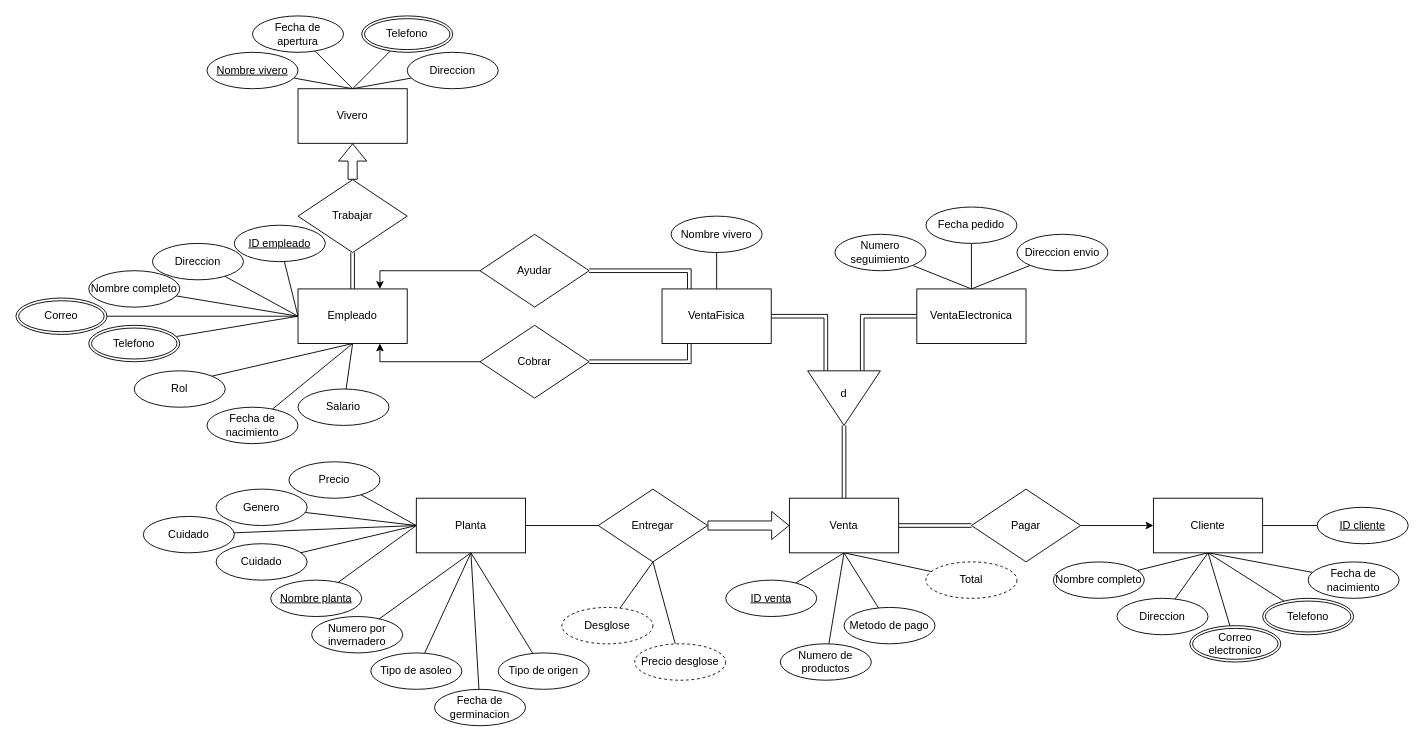
frgaray/FBD-2023-1 keeps this draw.io diagram as Practica03/Diagramas/segunda-propuesta.drawio. Above is the earlier version. Source tidied: cells renumbered, new cells numbered last; positions are measured from the earlier drawing's top-left corner, leaving out a move shared by most shapes. Both pictures are drawn from the tidied source at 91%, with x=0, y=0 at pixel (15, 15).
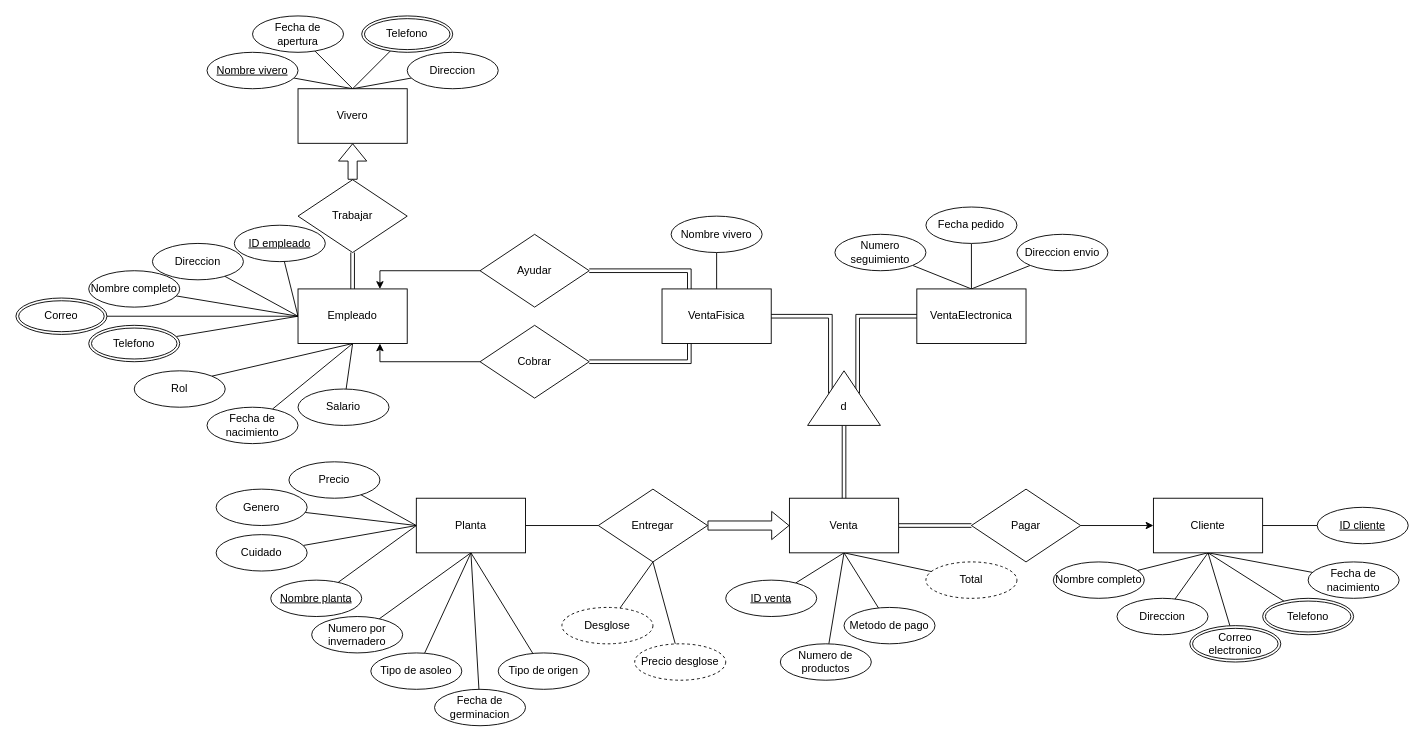
Above is the later version.

Commit message (it also covers changes not shown here):
Adding Restricciones del Modelo and segunda-propuesta subtle changes

The change refers to these unchanged cells:
```xml
<mxCell id="26" value="Venta" style="rounded=0;whiteSpace=wrap;html=1;" parent="1" vertex="1">
  <mxGeometry x="850" y="530" width="120" height="60" as="geometry" />
</mxCell>
<mxCell id="28" value="VentaFisica" style="rounded=0;whiteSpace=wrap;html=1;" parent="1" vertex="1">
  <mxGeometry x="710" y="300" width="120" height="60" as="geometry" />
</mxCell>
<mxCell id="32" value="VentaElectronica" style="rounded=0;whiteSpace=wrap;html=1;" parent="1" vertex="1">
  <mxGeometry x="990" y="300" width="120" height="60" as="geometry" />
</mxCell>
<mxCell id="50" value="Planta" style="rounded=0;whiteSpace=wrap;html=1;" parent="1" vertex="1">
  <mxGeometry x="440" y="530" width="120" height="60" as="geometry" />
</mxCell>
```

The edit, as a diff of the source:
```diff
@@
-    <mxCell id="43" style="edgeStyle=none;rounded=0;jettySize=auto;html=1;exitX=0;exitY=0.5;exitDx=0;exitDy=0;endArrow=none;endFill=0;" parent="1" edge="1" source="50" target="80">
-      <mxGeometry relative="1" as="geometry" />
-    </mxCell>
@@
-    <mxCell id="57" style="edgeStyle=orthogonalEdgeStyle;shape=link;rounded=0;jettySize=auto;html=1;exitX=0;exitY=0.25;exitDx=0;exitDy=0;entryX=0;entryY=0.5;entryDx=0;entryDy=0;startArrow=classic;startFill=1;endArrow=none;endFill=0;" parent="1" edge="1" source="60" target="32">
+    <mxCell id="57" style="edgeStyle=orthogonalEdgeStyle;shape=link;rounded=0;jettySize=auto;html=1;exitX=0.75;exitY=0;exitDx=0;exitDy=0;entryX=0;entryY=0.5;entryDx=0;entryDy=0;startArrow=classic;startFill=1;endArrow=none;endFill=0;" parent="1" edge="1" source="65" target="32">
       <mxGeometry relative="1" as="geometry" />
     </mxCell>
-    <mxCell id="58" style="edgeStyle=orthogonalEdgeStyle;shape=link;rounded=0;jettySize=auto;html=1;exitX=0;exitY=0.75;exitDx=0;exitDy=0;entryX=1;entryY=0.5;entryDx=0;entryDy=0;startArrow=classic;startFill=1;endArrow=none;endFill=0;" parent="1" edge="1" source="60" target="28">
+    <mxCell id="58" style="edgeStyle=orthogonalEdgeStyle;shape=link;rounded=0;jettySize=auto;html=1;exitX=0.25;exitY=0;exitDx=0;exitDy=0;entryX=1;entryY=0.5;entryDx=0;entryDy=0;startArrow=classic;startFill=1;endArrow=none;endFill=0;" parent="1" edge="1" source="65" target="28">
       <mxGeometry relative="1" as="geometry" />
     </mxCell>
-    <mxCell id="59" style="edgeStyle=orthogonalEdgeStyle;shape=link;rounded=0;jettySize=auto;html=1;exitX=1;exitY=0.5;exitDx=0;exitDy=0;entryX=0.5;entryY=0;entryDx=0;entryDy=0;startArrow=classic;startFill=1;endArrow=none;endFill=0;" parent="1" edge="1" source="60" target="26">
+    <mxCell id="59" style="edgeStyle=orthogonalEdgeStyle;shape=link;rounded=0;jettySize=auto;html=1;exitX=0;exitY=0.5;exitDx=0;exitDy=0;entryX=0.5;entryY=0;entryDx=0;entryDy=0;startArrow=classic;startFill=1;endArrow=none;endFill=0;" parent="1" edge="1" source="60" target="26">
       <mxGeometry relative="1" as="geometry" />
     </mxCell>
-    <mxCell id="60" style="triangle;whiteSpace=wrap;html=1;rotation=90;direction=east;" parent="1" vertex="1">
+    <mxCell id="60" style="triangle;whiteSpace=wrap;html=1;rotation=-90;direction=east;" parent="1" vertex="1">
       <mxGeometry x="880" y="380" width="60" height="80" as="geometry" />
     </mxCell>
@@
-    <mxCell id="65" value="d" style="text;html=1;strokeColor=none;fillColor=none;align=center;verticalAlign=middle;whiteSpace=wrap;rounded=0;" parent="1" vertex="1">
-      <mxGeometry x="880" y="400" width="60" height="30" as="geometry" />
+    <mxCell id="65" value="d" style="text;html=1;strokeColor=none;fillColor=none;align=center;verticalAlign=middle;whiteSpace=wrap;rounded=0;rotation=0;" parent="1" vertex="1">
+      <mxGeometry x="880" y="415" width="60" height="30" as="geometry" />
     </mxCell>
@@
-    <mxCell id="80" value="Cuidado" style="ellipse;whiteSpace=wrap;html=1;align=center;" parent="1" vertex="1">
-      <mxGeometry x="140" y="550" width="100" height="40" as="geometry" />
-    </mxCell>
     <mxCell id="81" value="Cuidado" style="ellipse;whiteSpace=wrap;html=1;align=center;" parent="1" vertex="1">
-      <mxGeometry x="220" y="580" width="100" height="40" as="geometry" />
+      <mxGeometry x="220" y="570" width="100" height="40" as="geometry" />
     </mxCell>
@@
+    <mxCell id="103" value="&amp;nbsp;" style="text;whiteSpace=wrap;html=1;" parent="1" vertex="1">
+      <mxGeometry x="520" y="450" width="40" height="40" as="geometry" />
+    </mxCell>
```
